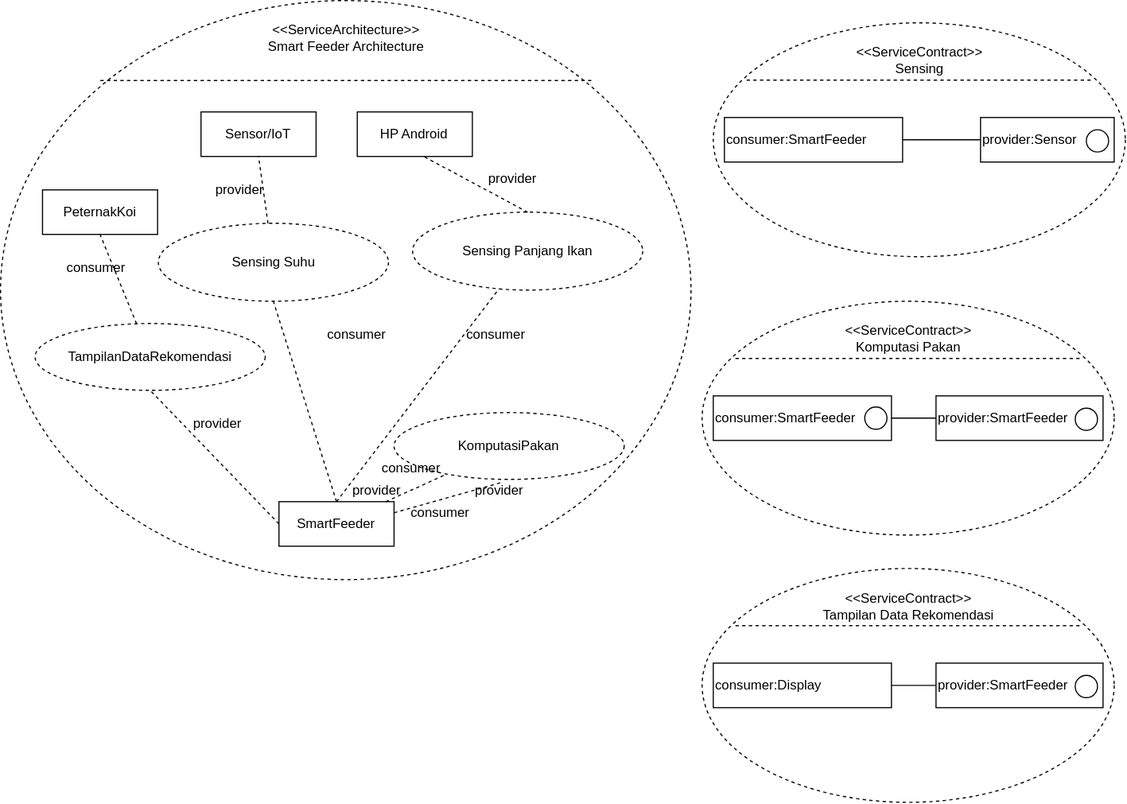
The draw.io diagram soaml1.svg in shadow17t/diagram, before a commit. Source tidied: cells renumbered, new cells last; positions are measured from the earlier drawing's top-left corner, leaving out a move shared by most shapes.
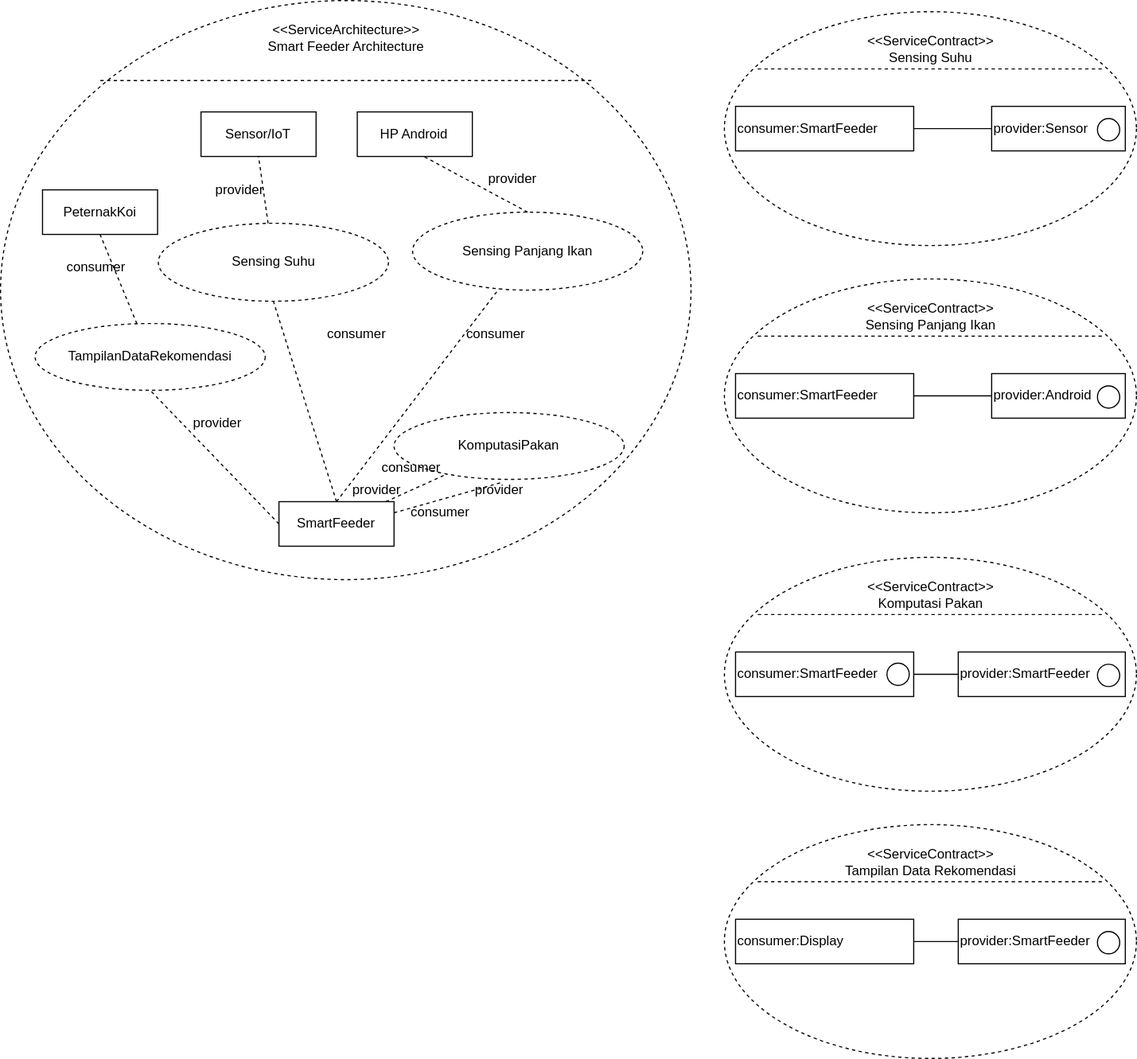
The same file after the commit.

What changed in the source:
```diff
@@ -3,7 +3,7 @@
     <mxCell id="0" />
     <mxCell id="1" parent="0" />
     <mxCell id="2" style="shape=ellipse;horizontal=1;html=1;dashed=1;" parent="1" vertex="1">
-      <mxGeometry width="620" height="520" as="geometry" />
+      <mxGeometry x="-170" y="-20" width="620" height="520" as="geometry" />
     </mxCell>
     <mxCell id="3" value="&lt;div&gt;&amp;lt;&amp;lt;ServiceArchitecture&amp;gt;&amp;gt;&lt;/div&gt;&lt;div&gt;Smart Feeder Architecture&lt;/div&gt;" style="html=1;strokeColor=none;fillColor=none;align=center;verticalAlign=middle;spacingLeft=4;spacingRight=4;" parent="2" vertex="1">
       <mxGeometry width="620" height="67.8" as="geometry" />
@@ -92,9 +92,9 @@
       <mxGeometry x="283.3" y="430" width="110" height="20" as="geometry" />
     </mxCell>
     <mxCell id="31" style="shape=ellipse;horizontal=1;html=1;dashed=1;" parent="1" vertex="1">
-      <mxGeometry x="640" y="20" width="370" height="210" as="geometry" />
+      <mxGeometry x="480" y="-10" width="370" height="210" as="geometry" />
     </mxCell>
-    <mxCell id="32" value="&lt;div&gt;&amp;lt;&amp;lt;ServiceContract&amp;gt;&amp;gt;&lt;/div&gt;&lt;div&gt;Sensing&lt;/div&gt;" style="html=1;strokeColor=none;fillColor=none;align=center;verticalAlign=middle;spacingLeft=4;spacingRight=4;" parent="31" vertex="1">
+    <mxCell id="32" value="&lt;div&gt;&amp;lt;&amp;lt;ServiceContract&amp;gt;&amp;gt;&lt;/div&gt;&lt;div&gt;Sensing Suhu&lt;br&gt;&lt;/div&gt;" style="html=1;strokeColor=none;fillColor=none;align=center;verticalAlign=middle;spacingLeft=4;spacingRight=4;" parent="31" vertex="1">
       <mxGeometry y="20" width="370" height="27.4" as="geometry" />
     </mxCell>
     <mxCell id="33" style="line;strokeWidth=1;fillColor=none;labelPosition=right;dashed=1;" parent="31" vertex="1">
@@ -115,7 +115,7 @@
       <mxGeometry x="335" y="96" width="20" height="20" as="geometry" />
     </mxCell>
     <mxCell id="38" style="shape=ellipse;horizontal=1;html=1;dashed=1;" parent="1" vertex="1">
-      <mxGeometry x="630" y="270" width="370" height="210" as="geometry" />
+      <mxGeometry x="480" y="480" width="370" height="210" as="geometry" />
     </mxCell>
     <mxCell id="39" value="&lt;div&gt;&amp;lt;&amp;lt;ServiceContract&amp;gt;&amp;gt;&lt;/div&gt;&lt;div&gt;Komputasi Pakan&lt;br&gt;&lt;/div&gt;" style="html=1;strokeColor=none;fillColor=none;align=center;verticalAlign=middle;spacingLeft=4;spacingRight=4;" parent="38" vertex="1">
       <mxGeometry y="20" width="370" height="27.4" as="geometry" />
@@ -141,7 +141,7 @@
       <mxGeometry x="146" y="95" width="20" height="20" as="geometry" />
     </mxCell>
     <mxCell id="46" style="shape=ellipse;horizontal=1;html=1;dashed=1;" parent="1" vertex="1">
-      <mxGeometry x="630" y="510" width="370" height="210" as="geometry" />
+      <mxGeometry x="480" y="720" width="370" height="210" as="geometry" />
     </mxCell>
     <mxCell id="47" value="&lt;div&gt;&amp;lt;&amp;lt;ServiceContract&amp;gt;&amp;gt;&lt;/div&gt;&lt;div&gt;Tampilan Data Rekomendasi&lt;br&gt;&lt;/div&gt;" style="html=1;strokeColor=none;fillColor=none;align=center;verticalAlign=middle;spacingLeft=4;spacingRight=4;" parent="46" vertex="1">
       <mxGeometry y="20" width="370" height="27.4" as="geometry" />
@@ -163,5 +163,28 @@
     <mxCell id="52" style="ellipse;fillColor=#ffffff;strokeColor=#000000;" parent="46" vertex="1">
       <mxGeometry x="335" y="96" width="20" height="20" as="geometry" />
     </mxCell>
+    <mxCell id="53" style="shape=ellipse;horizontal=1;html=1;dashed=1;" parent="1" vertex="1">
+      <mxGeometry x="480" y="230" width="370" height="210" as="geometry" />
+    </mxCell>
+    <mxCell id="54" value="&lt;div&gt;&amp;lt;&amp;lt;ServiceContract&amp;gt;&amp;gt;&lt;/div&gt;&lt;div&gt;Sensing Panjang Ikan&lt;br&gt;&lt;/div&gt;" style="html=1;strokeColor=none;fillColor=none;align=center;verticalAlign=middle;spacingLeft=4;spacingRight=4;" parent="53" vertex="1">
+      <mxGeometry y="20" width="370" height="27.4" as="geometry" />
+    </mxCell>
+    <mxCell id="55" style="line;strokeWidth=1;fillColor=none;labelPosition=right;dashed=1;" parent="53" vertex="1">
+      <mxGeometry x="0.14" width="310.15" height="8" relative="1" as="geometry">
+        <mxPoint x="-23.7" y="47.4" as="offset" />
+      </mxGeometry>
+    </mxCell>
+    <mxCell id="56" value="&lt;div align=&quot;left&quot;&gt;consumer:SmartFeeder&lt;/div&gt;" style="whiteSpace=wrap;html=1;align=left;" parent="53" vertex="1">
+      <mxGeometry x="10" y="85" width="160" height="40" as="geometry" />
+    </mxCell>
+    <mxCell id="57" value="&lt;div align=&quot;left&quot;&gt;provider:Android&lt;br&gt;&lt;/div&gt;" style="whiteSpace=wrap;html=1;align=left;" parent="53" vertex="1">
+      <mxGeometry x="240" y="85" width="120" height="40" as="geometry" />
+    </mxCell>
+    <mxCell id="58" style="endArrow=none;html=1;entryX=0;entryY=0.5;entryDx=0;entryDy=0;exitX=1;exitY=0.5;exitDx=0;exitDy=0;" parent="53" edge="1" source="56" target="57">
+      <mxGeometry relative="1" as="geometry" />
+    </mxCell>
+    <mxCell id="59" style="ellipse;fillColor=#ffffff;strokeColor=#000000;" parent="53" vertex="1">
+      <mxGeometry x="335" y="96" width="20" height="20" as="geometry" />
+    </mxCell>
   </root>
 </mxGraphModel>
```
